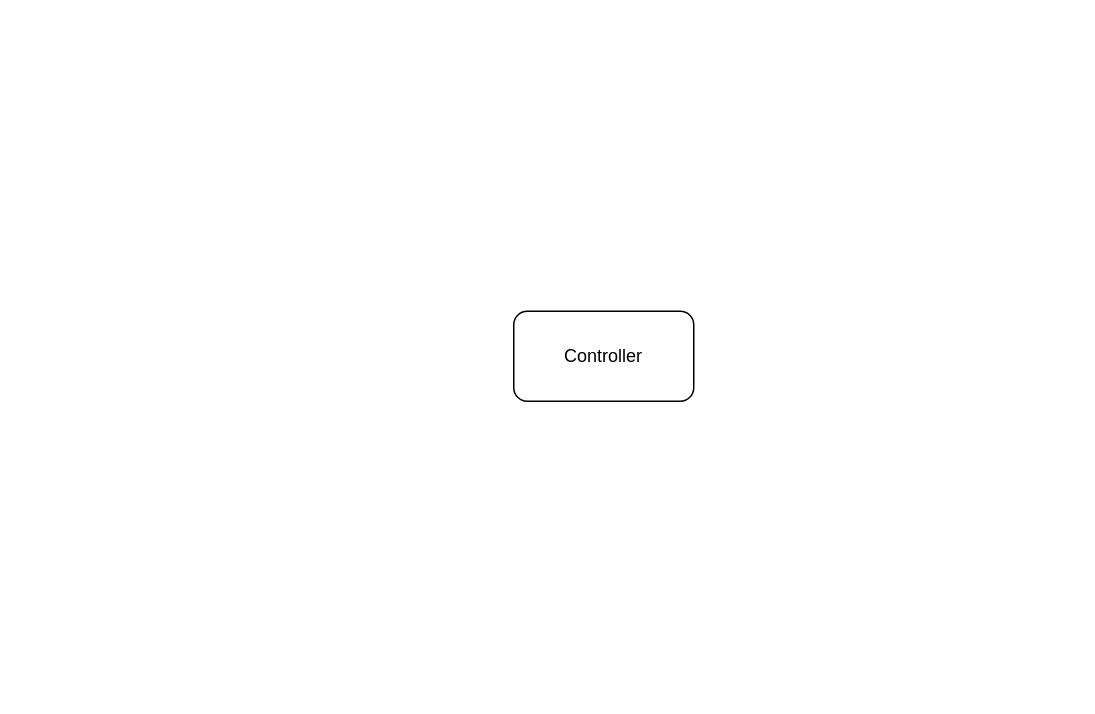
ilhamdestyo/draw.io keeps this draw.io diagram as Modul kontrol mensin las.drawio. Above is the earlier version. Source tidied: cells renumbered, new cells numbered last; positions are measured from the earlier drawing's top-left corner, leaving out a move shared by most shapes. Both pictures are drawn from the tidied source at 150%, with x=0, y=0 at pixel (513, 310).
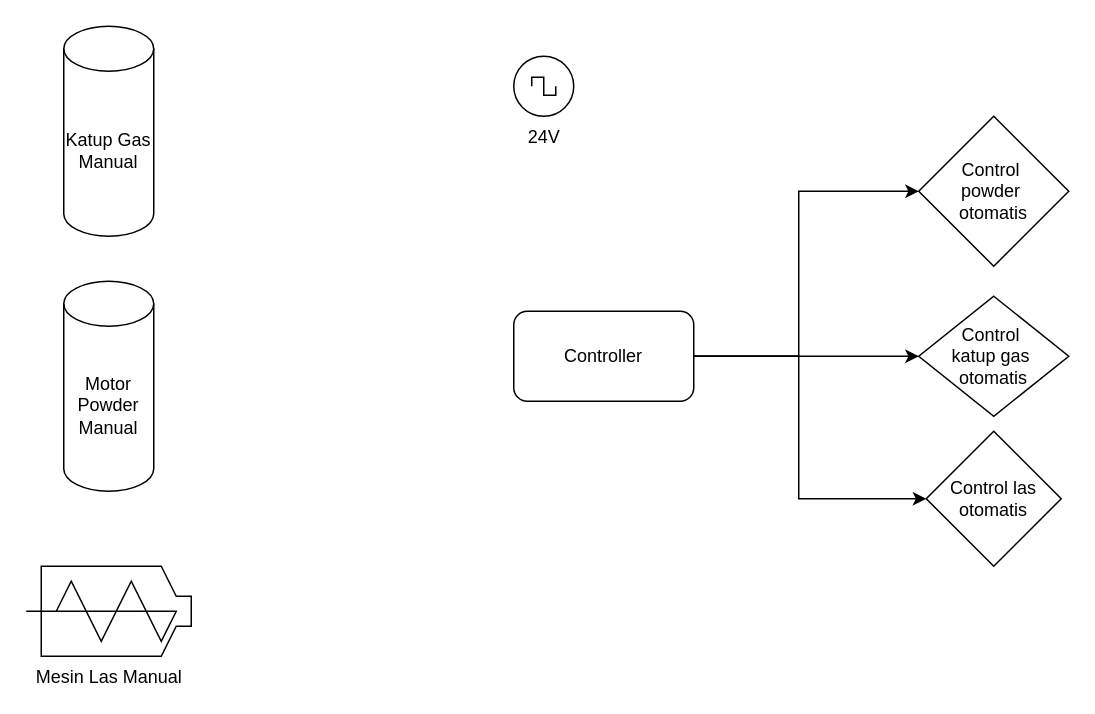
Above is the later version.

Change to the diagram source:
```diff
@@
 <mxGraphModel>
   <root>
     <mxCell id="0" />
     <mxCell id="1" parent="0" />
+    <mxCell id="3" style="edgeStyle=orthogonalEdgeStyle;rounded=0;jettySize=auto;html=1;entryX=0;entryY=0.5;entryDx=0;entryDy=0;" parent="1" edge="1" source="2" target="7">
+      <mxGeometry relative="1" as="geometry">
+        <Array as="points">
+          <mxPoint x="190" y="30" />
+          <mxPoint x="190" y="-80" />
+        </Array>
+      </mxGeometry>
+    </mxCell>
+    <mxCell id="4" style="edgeStyle=orthogonalEdgeStyle;rounded=0;jettySize=auto;html=1;entryX=0;entryY=0.5;entryDx=0;entryDy=0;" parent="1" edge="1" source="2" target="9">
+      <mxGeometry relative="1" as="geometry" />
+    </mxCell>
+    <mxCell id="5" style="edgeStyle=orthogonalEdgeStyle;rounded=0;jettySize=auto;html=1;entryX=0;entryY=0.5;entryDx=0;entryDy=0;" parent="1" edge="1" source="2" target="10">
+      <mxGeometry relative="1" as="geometry">
+        <Array as="points">
+          <mxPoint x="190" y="30" />
+          <mxPoint x="190" y="125" />
+        </Array>
+      </mxGeometry>
+    </mxCell>
     <mxCell id="2" value="&lt;div&gt;Controller&lt;/div&gt;" style="rounded=1;whiteSpace=wrap;html=1;" parent="1" vertex="1">
       <mxGeometry width="120" height="60" as="geometry" />
     </mxCell>
+    <mxCell id="6" value="Motor Powder Manual" style="shape=cylinder3;whiteSpace=wrap;html=1;boundedLbl=1;backgroundOutline=1;size=15;" parent="1" vertex="1">
+      <mxGeometry x="-300" y="-20" width="60" height="140" as="geometry" />
+    </mxCell>
+    <mxCell id="7" value="&lt;div&gt;Control&amp;nbsp;&lt;/div&gt;&lt;div&gt;powder&amp;nbsp;&lt;/div&gt;&lt;div&gt;otomatis&lt;/div&gt;" style="rhombus;whiteSpace=wrap;html=1;" parent="1" vertex="1">
+      <mxGeometry x="270" y="-130" width="100" height="100" as="geometry" />
+    </mxCell>
+    <mxCell id="8" value="&lt;div&gt;Katup Gas&lt;/div&gt;&lt;div&gt;Manual&lt;/div&gt;" style="shape=cylinder3;whiteSpace=wrap;html=1;boundedLbl=1;backgroundOutline=1;size=15;" parent="1" vertex="1">
+      <mxGeometry x="-300" y="-190" width="60" height="140" as="geometry" />
+    </mxCell>
+    <mxCell id="9" value="&lt;div&gt;Control&amp;nbsp;&lt;/div&gt;&lt;div&gt;katup gas&amp;nbsp;&lt;/div&gt;&lt;div&gt;otomatis&lt;/div&gt;" style="rhombus;whiteSpace=wrap;html=1;" parent="1" vertex="1">
+      <mxGeometry x="270" y="-10" width="100" height="80" as="geometry" />
+    </mxCell>
+    <mxCell id="10" value="&lt;div&gt;Control las&lt;/div&gt;&lt;div&gt;otomatis&lt;/div&gt;" style="rhombus;whiteSpace=wrap;html=1;" parent="1" vertex="1">
+      <mxGeometry x="275" y="80" width="90" height="90" as="geometry" />
+    </mxCell>
+    <mxCell id="11" value="Mesin Las Manual" style="shape=mxgraph.pid.shaping_machines.extruder_(screw);html=1;align=center;verticalLabelPosition=bottom;verticalAlign=top;dashed=0;" parent="1" vertex="1">
+      <mxGeometry x="-325" y="170" width="110" height="60" as="geometry" />
+    </mxCell>
+    <mxCell id="12" value="&lt;div&gt;24V&lt;/div&gt;" style="verticalLabelPosition=bottom;shadow=0;dashed=0;align=center;html=1;verticalAlign=top;shape=mxgraph.electrical.signal_sources.source;elSignalType=square;" parent="1" vertex="1">
+      <mxGeometry y="-170" width="40" height="40" as="geometry" />
+    </mxCell>
   </root>
 </mxGraphModel>
```
